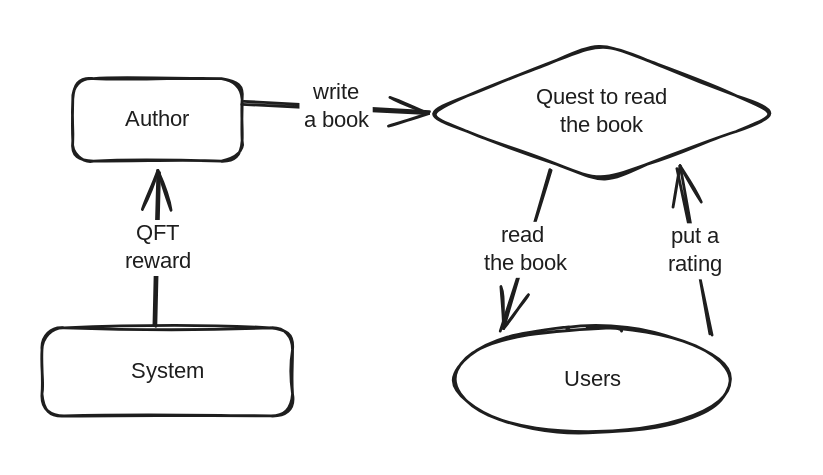
Earlier version of the Excalidraw export .gitbook/assets/file.excalidraw (1).svg (Questfall/docs). Source tidied: one line per element, renumbered; positions are measured from the earlier drawing's top-left corner, leaving out a move shared by most shapes.
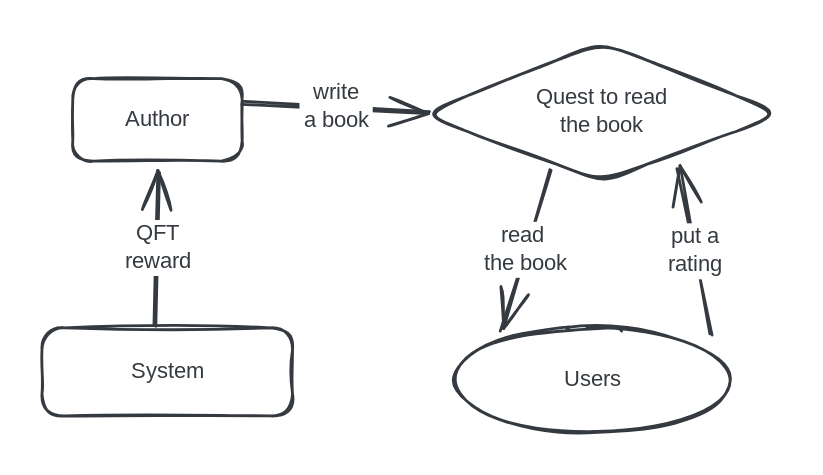
Later version of the same file.

Commit message:
GITBOOK-102: No subject

What changed in the source:
```diff
@@ -1,16 +1,16 @@
-{"id": 0, "type": "rectangle", "strokeColor": "#1e1e1e", "strokeWidth": 2, "roughness": 1, "round": true, "x": 22, "y": 26, "width": 121, "height": 59}
+{"id": 0, "type": "rectangle", "strokeColor": "#343a40", "strokeWidth": 2, "roughness": 1, "round": true, "x": 22, "y": 26, "width": 121, "height": 59}
-{"id": 1, "type": "text", "text": "Author", "strokeColor": "#1e1e1e", "strokeWidth": 2, "roughness": 1, "fontSize": 16, "fontFamily": 1, "textAlign": "center", "verticalAlign": "middle", "inside": 0, "x": 56, "y": 46, "width": 52, "height": 20}
+{"id": 1, "type": "text", "text": "Author", "strokeColor": "#343a40", "strokeWidth": 2, "roughness": 1, "fontSize": 16, "fontFamily": 1, "textAlign": "center", "verticalAlign": "middle", "inside": 0, "x": 56, "y": 46, "width": 52, "height": 20}
-{"id": 2, "type": "diamond", "strokeColor": "#1e1e1e", "strokeWidth": 2, "roughness": 1, "round": true, "x": 272, "y": 0, "width": 256, "height": 100}
+{"id": 2, "type": "diamond", "strokeColor": "#343a40", "strokeWidth": 2, "roughness": 1, "round": true, "x": 272, "y": 0, "width": 256, "height": 100}
-{"id": 3, "type": "text", "text": "Quest to read\nthe book", "strokeColor": "#1e1e1e", "strokeWidth": 2, "roughness": 1, "fontSize": 16, "fontFamily": 1, "textAlign": "center", "verticalAlign": "middle", "inside": 2, "x": 342, "y": 30, "width": 116, "height": 40}
+{"id": 3, "type": "text", "text": "Quest to read\nthe book", "strokeColor": "#343a40", "strokeWidth": 2, "roughness": 1, "fontSize": 16, "fontFamily": 1, "textAlign": "center", "verticalAlign": "middle", "inside": 2, "x": 342, "y": 30, "width": 116, "height": 40}
-{"id": 4, "type": "ellipse", "strokeColor": "#1e1e1e", "strokeWidth": 2, "roughness": 1, "round": true, "x": 295, "y": 204, "width": 196, "height": 75}
+{"id": 4, "type": "ellipse", "strokeColor": "#343a40", "strokeWidth": 2, "roughness": 1, "round": true, "x": 295, "y": 204, "width": 196, "height": 75}
-{"id": 5, "type": "text", "text": "Users", "strokeColor": "#1e1e1e", "strokeWidth": 2, "roughness": 1, "fontSize": 16, "fontFamily": 1, "textAlign": "center", "verticalAlign": "middle", "inside": 4, "x": 371, "y": 231, "width": 44, "height": 20}
+{"id": 5, "type": "text", "text": "Users", "strokeColor": "#343a40", "strokeWidth": 2, "roughness": 1, "fontSize": 16, "fontFamily": 1, "textAlign": "center", "verticalAlign": "middle", "inside": 4, "x": 371, "y": 231, "width": 44, "height": 20}
-{"id": 6, "type": "rectangle", "strokeColor": "#1e1e1e", "strokeWidth": 2, "roughness": 1, "round": true, "x": 0, "y": 204, "width": 179, "height": 63}
+{"id": 6, "type": "rectangle", "strokeColor": "#343a40", "strokeWidth": 2, "roughness": 1, "round": true, "x": 0, "y": 204, "width": 179, "height": 63}
-{"id": 7, "type": "text", "text": "System", "strokeColor": "#1e1e1e", "strokeWidth": 2, "roughness": 1, "fontSize": 16, "fontFamily": 1, "textAlign": "center", "verticalAlign": "middle", "inside": 6, "x": 63, "y": 226, "width": 54, "height": 20}
+{"id": 7, "type": "text", "text": "System", "strokeColor": "#343a40", "strokeWidth": 2, "roughness": 1, "fontSize": 16, "fontFamily": 1, "textAlign": "center", "verticalAlign": "middle", "inside": 6, "x": 63, "y": 226, "width": 54, "height": 20}
-{"id": 8, "type": "arrow", "strokeColor": "#1e1e1e", "strokeWidth": 2, "roughness": 1, "endArrowhead": "arrow", "round": true, "from": 6, "to": 0, "x": 81, "y": 202, "width": 3, "height": 110, "points": [[0, 0], [3, -110]]}
+{"id": 8, "type": "arrow", "strokeColor": "#343a40", "strokeWidth": 2, "roughness": 1, "endArrowhead": "arrow", "round": true, "from": 6, "to": 0, "x": 81, "y": 202, "width": 3, "height": 110, "points": [[0, 0], [3, -110]]}
-{"id": 9, "type": "text", "text": "QFT\nreward", "strokeColor": "#1e1e1e", "strokeWidth": 2, "roughness": 1, "fontSize": 16, "fontFamily": 1, "textAlign": "center", "verticalAlign": "middle", "inside": 8, "x": 58, "y": 134, "width": 52, "height": 40}
+{"id": 9, "type": "text", "text": "QFT\nreward", "strokeColor": "#343a40", "strokeWidth": 2, "roughness": 1, "fontSize": 16, "fontFamily": 1, "textAlign": "center", "verticalAlign": "middle", "inside": 8, "x": 58, "y": 134, "width": 52, "height": 40}
-{"id": 10, "type": "arrow", "strokeColor": "#1e1e1e", "strokeWidth": 2, "roughness": 1, "endArrowhead": "arrow", "round": true, "from": 0, "x": 144, "y": 43, "width": 132, "height": 7, "points": [[0, 0], [132, 7]]}
+{"id": 10, "type": "arrow", "strokeColor": "#343a40", "strokeWidth": 2, "roughness": 1, "endArrowhead": "arrow", "round": true, "from": 0, "x": 144, "y": 43, "width": 132, "height": 7, "points": [[0, 0], [132, 7]]}
-{"id": 11, "type": "text", "text": "write\na book", "strokeColor": "#1e1e1e", "strokeWidth": 2, "roughness": 1, "fontSize": 16, "fontFamily": 1, "textAlign": "center", "verticalAlign": "middle", "inside": 10, "x": 184, "y": 26, "width": 52, "height": 40}
+{"id": 11, "type": "text", "text": "write\na book", "strokeColor": "#343a40", "strokeWidth": 2, "roughness": 1, "fontSize": 16, "fontFamily": 1, "textAlign": "center", "verticalAlign": "middle", "inside": 10, "x": 184, "y": 26, "width": 52, "height": 40}
-{"id": 12, "type": "arrow", "strokeColor": "#1e1e1e", "strokeWidth": 2, "roughness": 1, "endArrowhead": "arrow", "round": true, "from": 2, "to": 4, "x": 363, "y": 91, "width": 35, "height": 115, "points": [[0, 0], [-35, 115]]}
+{"id": 12, "type": "arrow", "strokeColor": "#343a40", "strokeWidth": 2, "roughness": 1, "endArrowhead": "arrow", "round": true, "from": 2, "to": 4, "x": 363, "y": 91, "width": 35, "height": 115, "points": [[0, 0], [-35, 115]]}
-{"id": 13, "type": "text", "text": "read \nthe book", "strokeColor": "#1e1e1e", "strokeWidth": 2, "roughness": 1, "fontSize": 16, "fontFamily": 1, "textAlign": "center", "verticalAlign": "middle", "inside": 12, "x": 312, "y": 128, "width": 67, "height": 40}
+{"id": 13, "type": "text", "text": "read \nthe book", "strokeColor": "#343a40", "strokeWidth": 2, "roughness": 1, "fontSize": 16, "fontFamily": 1, "textAlign": "center", "verticalAlign": "middle", "inside": 12, "x": 312, "y": 128, "width": 67, "height": 40}
-{"id": 14, "type": "arrow", "strokeColor": "#1e1e1e", "strokeWidth": 2, "roughness": 1, "endArrowhead": "arrow", "round": true, "from": 4, "to": 2, "x": 479, "y": 209, "width": 24, "height": 119, "points": [[0, 0], [-24, -119]]}
+{"id": 14, "type": "arrow", "strokeColor": "#343a40", "strokeWidth": 2, "roughness": 1, "endArrowhead": "arrow", "round": true, "from": 4, "to": 2, "x": 479, "y": 209, "width": 24, "height": 119, "points": [[0, 0], [-24, -119]]}
-{"id": 15, "type": "text", "text": "put a\nrating", "strokeColor": "#1e1e1e", "strokeWidth": 2, "roughness": 1, "fontSize": 16, "fontFamily": 1, "textAlign": "center", "verticalAlign": "middle", "inside": 14, "x": 444, "y": 129, "width": 46, "height": 40}
+{"id": 15, "type": "text", "text": "put a\nrating", "strokeColor": "#343a40", "strokeWidth": 2, "roughness": 1, "fontSize": 16, "fontFamily": 1, "textAlign": "center", "verticalAlign": "middle", "inside": 14, "x": 444, "y": 129, "width": 46, "height": 40}
```
